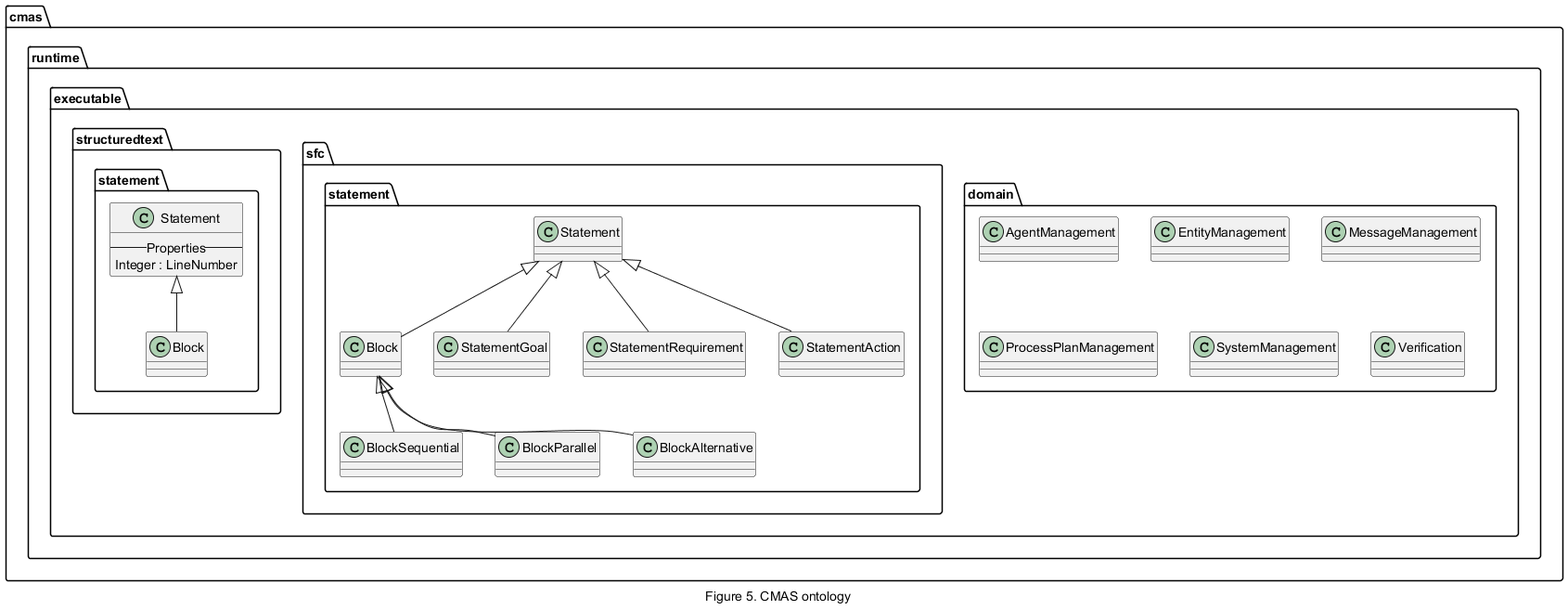
Before: docs/inline_umlgraph_7.png, a diagram exported from PlantUML (UniversityWest-IndustrialAutomation/CMAS).
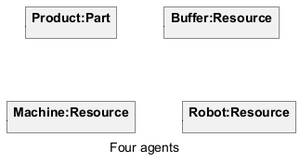
After the change.

Change to the diagram source:
```diff
@@ -1,55 +1,11 @@
 @startuml inline_umlgraph_7.png
-caption Figure 5. CMAS ontology
-
-package cmas {
-
-    package runtime {
-    package executable.domain {
-        class AgentManagement {}
-        class EntityManagement {}
-        class MessageManagement {}
-        class ProcessPlanManagement {}
-        class SystemManagement {}
-        class Verification {}
+Caption Four agents
+    json "<b>Product:Part" as JPart{
     }
-
-    package executable.sfc.statement {
-        class Statement {
-        }
-
-        class Block extends Statement {
-        }
-
-        class BlockSequential extends Block {
-        }
-
-        class BlockParallel extends Block {
-        }
-
-        class BlockAlternative extends Block {
-        }
-
-        class StatementGoal extends Statement {
-        }
-
-        class StatementRequirement extends Statement {
-        }
-
-        class StatementAction extends Statement {
-        }
+    json "<b>Buffer:Resource" as JBuffer{
     }
-
-    package executable.structuredtext.statement {
-        class Statement {
-            -- Properties --
-            Integer : LineNumber
-        }
-
-        class Block  extends Statement {
-
-        }
+    json "<b>Machine:Resource" as JMachine {
     }
-
+    json "<b>Robot:Resource" as JRobot {
     }
-}
 @enduml
```
